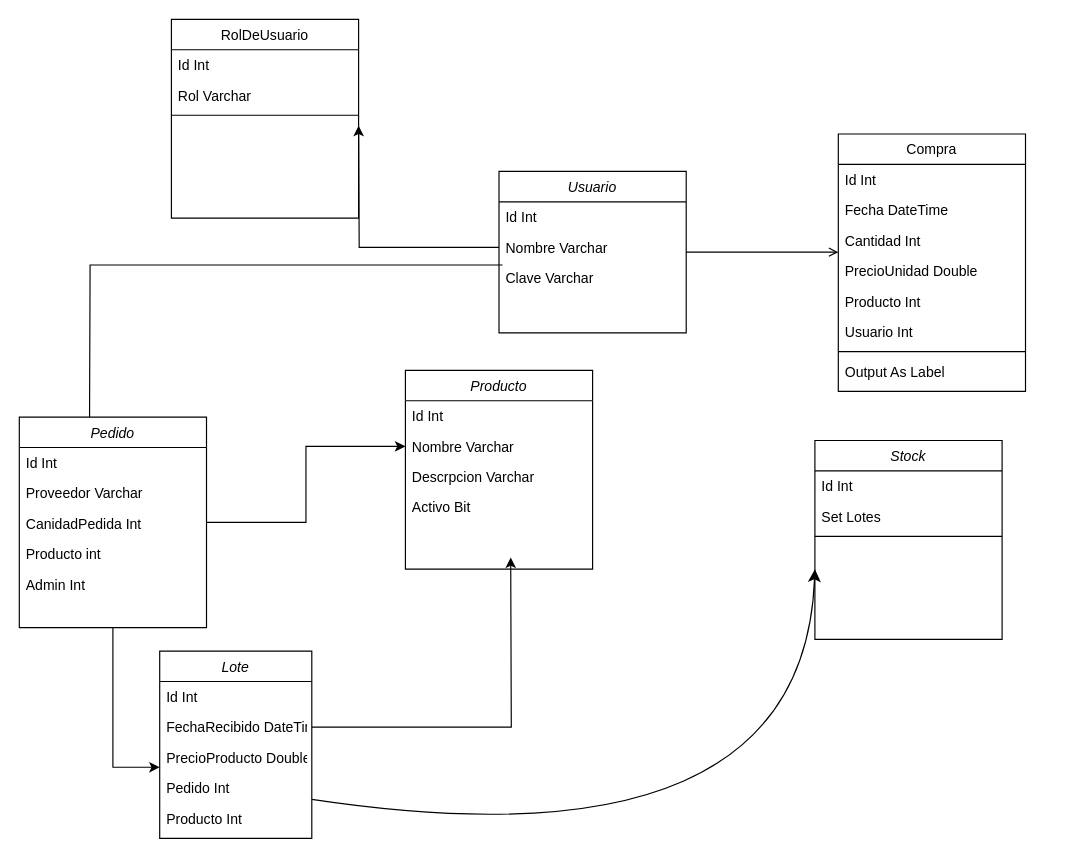
LucasDiBs/DFD keeps this draw.io diagram as Diagrama sin título.drawio. Above is the earlier version. Source tidied: cells renumbered, new cells numbered last; positions are measured from the earlier drawing's top-left corner, leaving out a move shared by most shapes. Both pictures are drawn from the tidied source at 117%, with x=0, y=0 at pixel (19, 19).
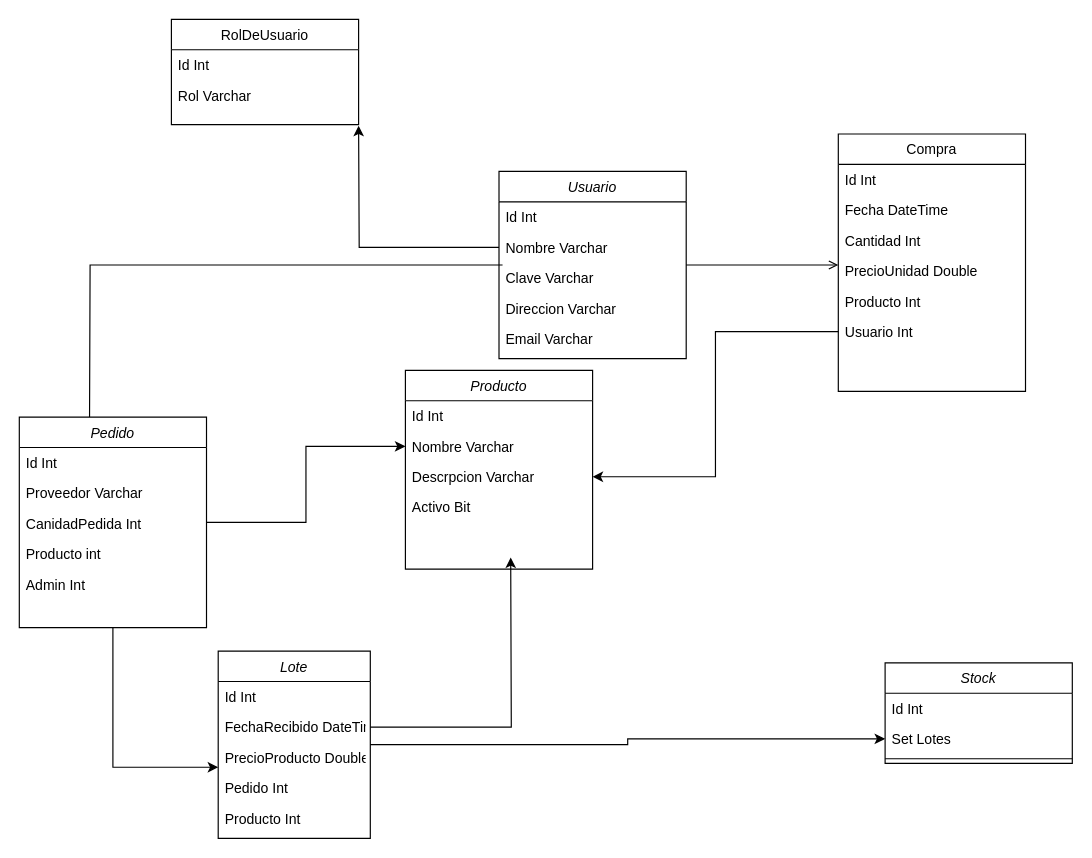
The same diagram, later.

Unchanged cells that the change refers to:
```xml
<mxCell id="11" value="Compra" style="swimlane;fontStyle=0;align=center;verticalAlign=top;horizontal=1;startSize=26;rounded=0;shadow=0;strokeWidth=1;" parent="1" vertex="1">
  <mxGeometry x="700" y="98" width="160" height="220" as="geometry" />
</mxCell>
<mxCell id="17" value="Usuario Int" style="text;align=left;verticalAlign=top;spacingLeft=4;spacingRight=4;overflow=hidden;points=[[0,0.5],[1,0.5]];portConstraint=eastwest;" parent="11" vertex="1">
  <mxGeometry y="156" width="160" height="26" as="geometry" />
</mxCell>
<mxCell id="26" value="Pedido Int" style="text;align=left;verticalAlign=top;spacingLeft=4;spacingRight=4;overflow=hidden;points=[[0,0.5],[1,0.5]];portConstraint=eastwest;" parent="21" vertex="1">
  <mxGeometry y="104" width="130" height="26" as="geometry" />
</mxCell>
<mxCell id="31" value="Descrpcion Varchar" style="text;align=left;verticalAlign=top;spacingLeft=4;spacingRight=4;overflow=hidden;points=[[0,0.5],[1,0.5]];portConstraint=eastwest;rounded=0;shadow=0;html=0;" parent="28" vertex="1">
  <mxGeometry y="78" width="160" height="26" as="geometry" />
</mxCell>
<mxCell id="35" value="Set Lotes" style="text;align=left;verticalAlign=top;spacingLeft=4;spacingRight=4;overflow=hidden;points=[[0,0.5],[1,0.5]];portConstraint=eastwest;" parent="33" vertex="1">
  <mxGeometry y="52" width="160" height="26" as="geometry" />
</mxCell>
```

What changed in the source:
```diff
@@
     <mxCell id="3" value="Usuario" style="swimlane;fontStyle=2;align=center;verticalAlign=top;horizontal=1;startSize=26;rounded=0;shadow=0;strokeWidth=1;" parent="1" vertex="1">
-      <mxGeometry x="410" y="130" width="160" height="138" as="geometry" />
+      <mxGeometry x="410" y="130" width="160" height="160" as="geometry" />
     </mxCell>
@@
+    <mxCell id="47" value="Direccion Varchar" style="text;align=left;verticalAlign=top;spacingLeft=4;spacingRight=4;overflow=hidden;rounded=0;shadow=0;html=0;" parent="3" vertex="1">
+      <mxGeometry y="104" width="160" height="26" as="geometry" />
+    </mxCell>
+    <mxCell id="48" value="Email Varchar" style="text;align=left;verticalAlign=top;spacingLeft=4;spacingRight=4;overflow=hidden;rounded=0;shadow=0;html=0;" parent="3" vertex="1">
+      <mxGeometry y="130" width="160" height="26" as="geometry" />
+    </mxCell>
     <mxCell id="7" value="RolDeUsuario" style="swimlane;fontStyle=0;align=center;verticalAlign=top;horizontal=1;startSize=26;rounded=0;shadow=0;strokeWidth=1;" parent="1" vertex="1">
-      <mxGeometry x="130" width="160" height="170" as="geometry" />
+      <mxGeometry x="130" width="160" height="90" as="geometry" />
     </mxCell>
@@
-    <mxCell id="10" style="line;html=1;strokeWidth=1;align=left;verticalAlign=middle;spacingTop=-1;spacingLeft=3;spacingRight=3;labelPosition=right;" parent="7" vertex="1">
-      <mxGeometry y="78" width="160" height="8" as="geometry" />
-    </mxCell>
+    <mxCell id="49" style="edgeStyle=orthogonalEdgeStyle;rounded=0;jettySize=auto;html=1;exitX=0.5;exitY=1;exitDx=0;exitDy=0;" parent="1" edge="1" source="11">
+      <mxGeometry relative="1" as="geometry">
+        <mxPoint x="780" y="318" as="targetPoint" />
+      </mxGeometry>
+    </mxCell>
@@
-    <mxCell id="18" style="line;html=1;strokeWidth=1;align=left;verticalAlign=middle;spacingTop=-1;spacingLeft=3;spacingRight=3;labelPosition=right;" parent="11" vertex="1">
-      <mxGeometry y="182" width="160" height="8" as="geometry" />
-    </mxCell>
-    <mxCell id="19" value="Output As Label" style="text;align=left;verticalAlign=top;spacingLeft=4;spacingRight=4;overflow=hidden;" parent="11" vertex="1">
-      <mxGeometry y="190" width="160" height="26" as="geometry" />
-    </mxCell>
@@
+    <mxCell id="50" style="edgeStyle=orthogonalEdgeStyle;rounded=0;jettySize=auto;html=1;" parent="1" edge="1" source="21" target="35">
+      <mxGeometry relative="1" as="geometry" />
+    </mxCell>
     <mxCell id="21" value="Lote" style="swimlane;fontStyle=2;align=center;verticalAlign=top;horizontal=1;startSize=26;rounded=0;shadow=0;strokeWidth=1;" parent="1" vertex="1">
-      <mxGeometry x="120" y="540" width="130" height="160" as="geometry" />
+      <mxGeometry x="170" y="540" width="130" height="160" as="geometry" />
     </mxCell>
@@
-    <mxCell id="25" style="edgeStyle=none;curved=1;rounded=0;jettySize=auto;html=1;fontSize=12;startSize=8;endSize=8;" parent="21" edge="1" source="26">
-      <mxGeometry relative="1" as="geometry">
-        <mxPoint x="560" y="-70" as="targetPoint" />
-        <Array as="points">
-          <mxPoint x="550" y="190" />
-        </Array>
-      </mxGeometry>
-    </mxCell>
@@
     <mxCell id="33" value="Stock" style="swimlane;fontStyle=2;align=center;verticalAlign=top;horizontal=1;startSize=26;rounded=0;shadow=0;strokeWidth=1;" parent="1" vertex="1">
-      <mxGeometry x="680" y="360" width="160" height="170" as="geometry" />
+      <mxGeometry x="740" y="550" width="160" height="86" as="geometry" />
     </mxCell>
@@
+    <mxCell id="51" style="edgeStyle=orthogonalEdgeStyle;rounded=0;jettySize=auto;html=1;" parent="1" edge="1" source="17" target="31">
+      <mxGeometry relative="1" as="geometry" />
+    </mxCell>
```
